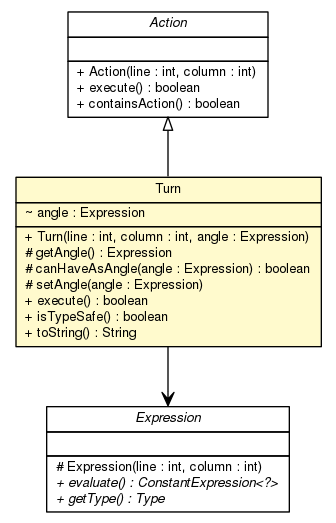
Before: doc/model/programs/parsing/language/statement/action/Turn.png, a diagram exported from Graphviz (sinopeus/asteroids). Its source is kept beside it as doc/model/programs/parsing/language/statement/action/Turn.dot.
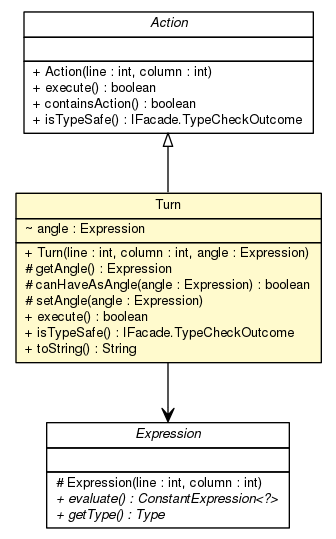
The same diagram one commit later.

Diff of the diagram source:
```diff
@@ -4,7 +4,7 @@
 	node [fontname="Helvetica",fontsize=10,shape=plaintext];
 	nodesep=0.25;
 	ranksep=0.5;
-	c16897 [label=<<table title="model.programs.parsing.language.expression.Expression" border="0" cellborder="1" cellspacing="0" cellpadding="2" port="p" href="../../expression/Expression.html">
+	c17021 [label=<<table title="model.programs.parsing.language.expression.Expression" border="0" cellborder="1" cellspacing="0" cellpadding="2" port="p" href="../../expression/Expression.html">
 		<tr><td><table border="0" cellspacing="0" cellpadding="1">
 <tr><td align="center" balign="center"><font face="Helvetica-Oblique"> Expression </font></td></tr>
 		</table></td></tr>
@@ -17,7 +17,7 @@
 <tr><td align="left" balign="left"><font face="Helvetica-Oblique" point-size="10.0"> + getType() : Type </font></td></tr>
 		</table></td></tr>
 		</table>>, URL="../../expression/Expression.html", fontname="Helvetica", fontcolor="black", fontsize=10.0];
-	c16943 [label=<<table title="model.programs.parsing.language.statement.action.Action" border="0" cellborder="1" cellspacing="0" cellpadding="2" port="p" href="./Action.html">
+	c17068 [label=<<table title="model.programs.parsing.language.statement.action.Action" border="0" cellborder="1" cellspacing="0" cellpadding="2" port="p" href="./Action.html">
 		<tr><td><table border="0" cellspacing="0" cellpadding="1">
 <tr><td align="center" balign="center"><font face="Helvetica-Oblique"> Action </font></td></tr>
 		</table></td></tr>
@@ -28,9 +28,10 @@
 <tr><td align="left" balign="left"> + Action(line : int, column : int) </td></tr>
 <tr><td align="left" balign="left"> + execute() : boolean </td></tr>
 <tr><td align="left" balign="left"> + containsAction() : boolean </td></tr>
+<tr><td align="left" balign="left"> + isTypeSafe() : IFacade.TypeCheckOutcome </td></tr>
 		</table></td></tr>
 		</table>>, URL="./Action.html", fontname="Helvetica", fontcolor="black", fontsize=10.0];
-	c16948 [label=<<table title="model.programs.parsing.language.statement.action.Turn" border="0" cellborder="1" cellspacing="0" cellpadding="2" port="p" bgcolor="lemonChiffon" href="./Turn.html">
+	c17073 [label=<<table title="model.programs.parsing.language.statement.action.Turn" border="0" cellborder="1" cellspacing="0" cellpadding="2" port="p" bgcolor="lemonChiffon" href="./Turn.html">
 		<tr><td><table border="0" cellspacing="0" cellpadding="1">
 <tr><td align="center" balign="center"> Turn </td></tr>
 		</table></td></tr>
@@ -43,10 +44,10 @@
 <tr><td align="left" balign="left"> # canHaveAsAngle(angle : Expression) : boolean </td></tr>
 <tr><td align="left" balign="left"> # setAngle(angle : Expression) </td></tr>
 <tr><td align="left" balign="left"> + execute() : boolean </td></tr>
-<tr><td align="left" balign="left"> + isTypeSafe() : boolean </td></tr>
+<tr><td align="left" balign="left"> + isTypeSafe() : IFacade.TypeCheckOutcome </td></tr>
 <tr><td align="left" balign="left"> + toString() : String </td></tr>
 		</table></td></tr>
 		</table>>, URL="./Turn.html", fontname="Helvetica", fontcolor="black", fontsize=10.0];
-	c16943:p -> c16948:p [dir=back,arrowtail=empty];
-	c16948:p -> c16897:p [taillabel="", label="", headlabel="", fontname="Helvetica", fontcolor="black", fontsize=10.0, color="black", arrowhead=open];
+	c17068:p -> c17073:p [dir=back,arrowtail=empty];
+	c17073:p -> c17021:p [taillabel="", label="", headlabel="", fontname="Helvetica", fontcolor="black", fontsize=10.0, color="black", arrowhead=open];
 }
```
